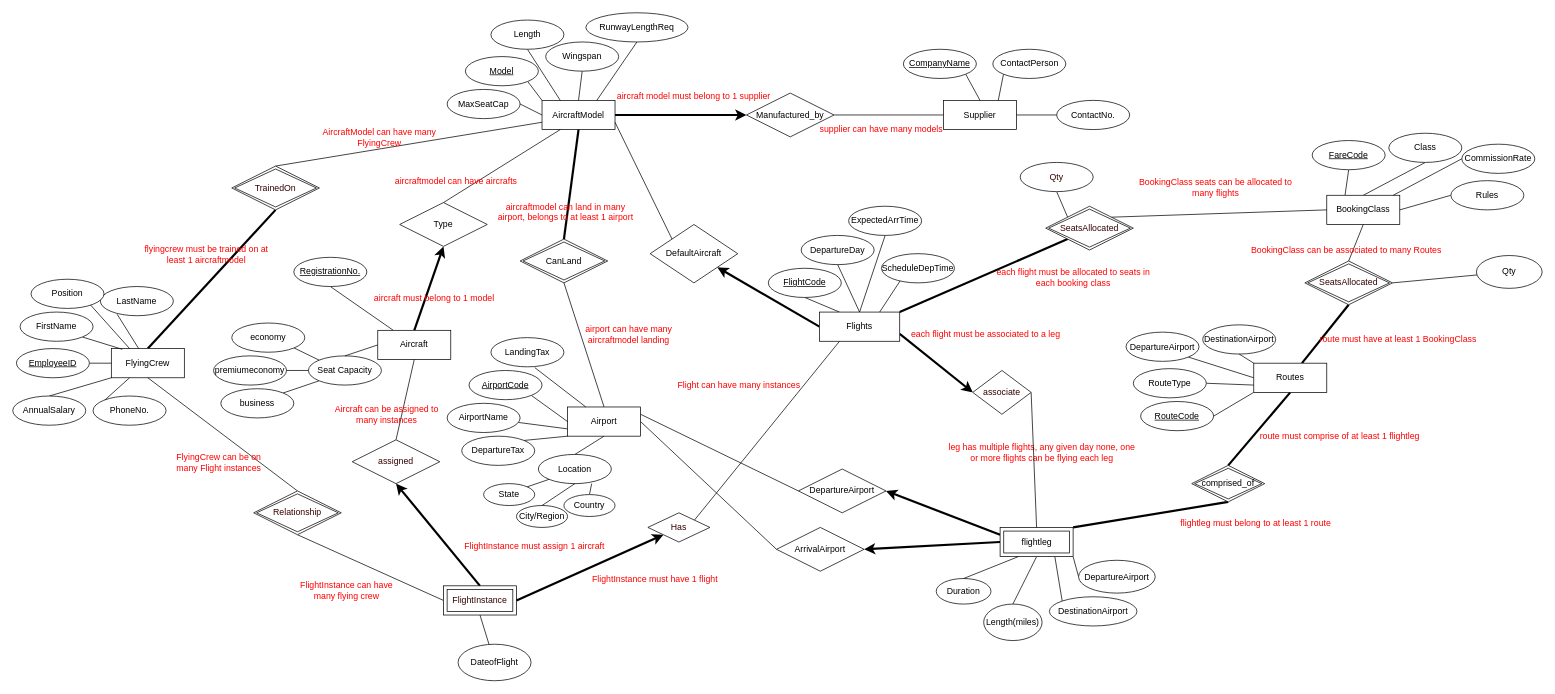
Above: Draft ER Diagram.drawio in abc123xyz890/INFO90002_A1 (draw.io), before the change. Source tidied: cells renumbered, new cells numbered last; positions are measured from the earlier drawing's top-left corner, leaving out a move shared by most shapes. Both pictures are drawn from the tidied source at 73%, with x=0, y=0 at pixel (12, 12).
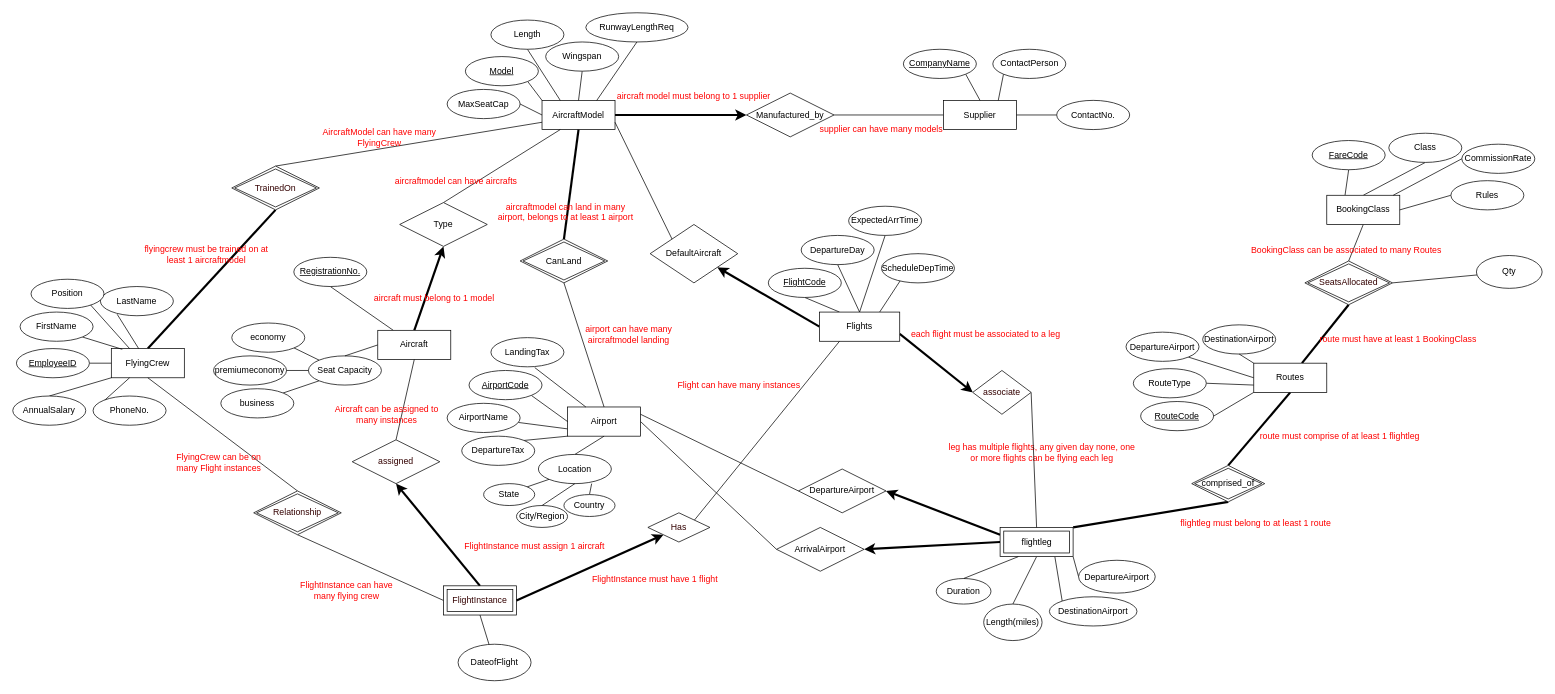
Above is the later version.

Unchanged cells that the change refers to:
```xml
<mxCell id="67" value="BookingClass" style="whiteSpace=wrap;html=1;align=center;gradientColor=#ffffff;gradientDirection=east;" parent="1" vertex="1">
  <mxGeometry x="1800" y="250" width="100" height="40" as="geometry" />
</mxCell>
<mxCell id="94" value="Flights" style="rounded=0;whiteSpace=wrap;html=1;" parent="1" vertex="1">
  <mxGeometry x="1105" y="410" width="110" height="40" as="geometry" />
</mxCell>
```

Change to the diagram source:
```diff
@@
-    <mxCell id="155" style="edgeStyle=none;rounded=0;jettySize=auto;html=1;exitX=0;exitY=1;exitDx=0;exitDy=0;entryX=1;entryY=0;entryDx=0;entryDy=0;fontSize=12;fontColor=#330000;startArrow=none;startFill=0;endArrow=none;endFill=0;strokeWidth=3;" parent="1" edge="1" source="158" target="94">
-      <mxGeometry relative="1" as="geometry" />
-    </mxCell>
-    <mxCell id="156" style="edgeStyle=none;rounded=0;jettySize=auto;html=1;exitX=1;exitY=0;exitDx=0;exitDy=0;entryX=0;entryY=0.5;entryDx=0;entryDy=0;fontSize=12;fontColor=#330000;startArrow=none;startFill=0;endArrow=none;endFill=0;strokeWidth=1;" parent="1" edge="1" source="158" target="67">
-      <mxGeometry relative="1" as="geometry" />
-    </mxCell>
-    <mxCell id="157" style="edgeStyle=none;rounded=0;jettySize=auto;html=1;exitX=0;exitY=0;exitDx=0;exitDy=0;entryX=0.5;entryY=1;entryDx=0;entryDy=0;fontSize=12;fontColor=#330000;startArrow=none;startFill=0;endArrow=none;endFill=0;strokeWidth=1;" parent="1" edge="1" source="158" target="161">
-      <mxGeometry relative="1" as="geometry" />
-    </mxCell>
-    <mxCell id="158" value="SeatsAllocated" style="shape=rhombus;double=1;perimeter=rhombusPerimeter;whiteSpace=wrap;html=1;align=center;fontSize=12;fontColor=#330000;" parent="1" vertex="1">
-      <mxGeometry x="1415" y="265" width="120" height="60" as="geometry" />
-    </mxCell>
-    <mxCell id="159" value="each flight must be allocated to seats in each booking class" style="text;html=1;strokeColor=none;fillColor=none;align=center;verticalAlign=middle;whiteSpace=wrap;rounded=0;fontSize=12;fontColor=#FF0000;" parent="1" vertex="1">
-      <mxGeometry x="1340" y="347.5" width="226.2" height="30" as="geometry" />
-    </mxCell>
-    <mxCell id="160" value="BookingClass seats can be allocated to many flights" style="text;html=1;strokeColor=none;fillColor=none;align=center;verticalAlign=middle;whiteSpace=wrap;rounded=0;fontSize=12;fontColor=#FF0000;" parent="1" vertex="1">
-      <mxGeometry x="1535" y="225" width="226.2" height="30" as="geometry" />
-    </mxCell>
-    <mxCell id="161" value="Qty" style="ellipse;whiteSpace=wrap;html=1;align=center;fontSize=12;fontColor=#330000;" parent="1" vertex="1">
-      <mxGeometry x="1380" y="205" width="100" height="40" as="geometry" />
-    </mxCell>
```
